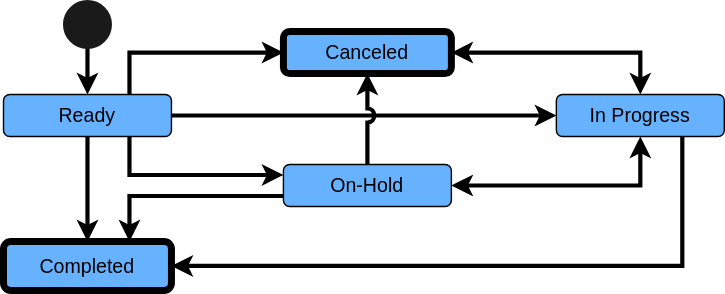
HL7/fhir-sdoh-clinicalcare keeps this draw.io diagram as input/images/PatientTaskStateDiagram.svg. Above is the earlier version. Source tidied: cells renumbered, new cells last; positions are measured from the earlier drawing's top-left corner, leaving out a move shared by most shapes.
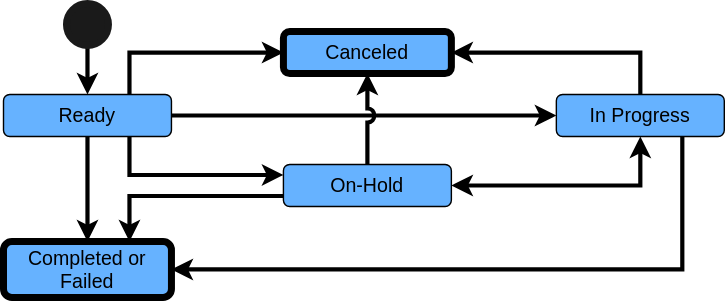
Above is the later version.

Commit message:
updated Task status drawings and valuesets

The edit, as a diff of the source:
```diff
@@ -2,7 +2,7 @@
   <root>
     <mxCell id="0" />
     <mxCell id="1" parent="0" />
-    <mxCell id="2" style="edgeStyle=orthogonalEdgeStyle;rounded=0;jumpStyle=arc;jumpSize=6;jettySize=auto;html=1;exitX=1;exitY=0.5;exitDx=0;exitDy=0;fontSize=14;startArrow=classic;startFill=1;entryX=0.5;entryY=0;entryDx=0;entryDy=0;strokeWidth=3;" parent="1" edge="1" source="3" target="10">
+    <mxCell id="2" style="edgeStyle=orthogonalEdgeStyle;rounded=0;jumpStyle=arc;jumpSize=6;jettySize=auto;html=1;exitX=1;exitY=0.5;exitDx=0;exitDy=0;fontSize=14;startArrow=classic;startFill=1;entryX=0.5;entryY=0;entryDx=0;entryDy=0;strokeWidth=3;endArrow=none;endFill=0;" parent="1" edge="1" source="3" target="10">
       <mxGeometry relative="1" as="geometry" />
     </mxCell>
     <mxCell id="3" value="&lt;font style=&quot;font-size: 14px;&quot;&gt;Canceled&lt;/font&gt;" style="rounded=1;whiteSpace=wrap;html=1;fillColor=#66B2FF;strokeWidth=5;" parent="1" vertex="1">
@@ -46,8 +46,8 @@
         <mxPoint x="120" y="90" as="sourcePoint" />
       </mxGeometry>
     </mxCell>
-    <mxCell id="16" value="&lt;span style=&quot;font-size: 14px;&quot;&gt;Completed&lt;/span&gt;" style="rounded=1;whiteSpace=wrap;html=1;fillColor=#66B2FF;strokeWidth=5;" parent="1" vertex="1">
-      <mxGeometry y="170" width="120" height="35" as="geometry" />
+    <mxCell id="16" value="&lt;span style=&quot;font-size: 14px;&quot;&gt;Completed or Failed&lt;/span&gt;" style="rounded=1;whiteSpace=wrap;html=1;fillColor=#66B2FF;strokeWidth=5;" parent="1" vertex="1">
+      <mxGeometry y="170" width="120" height="40" as="geometry" />
     </mxCell>
     <mxCell id="17" style="edgeStyle=orthogonalEdgeStyle;rounded=0;jumpStyle=arc;jumpSize=6;jettySize=auto;html=1;entryX=0.5;entryY=0;entryDx=0;entryDy=0;fontSize=14;startArrow=none;startFill=0;strokeWidth=3;" parent="1" edge="1" source="18" target="8">
       <mxGeometry relative="1" as="geometry" />
```
